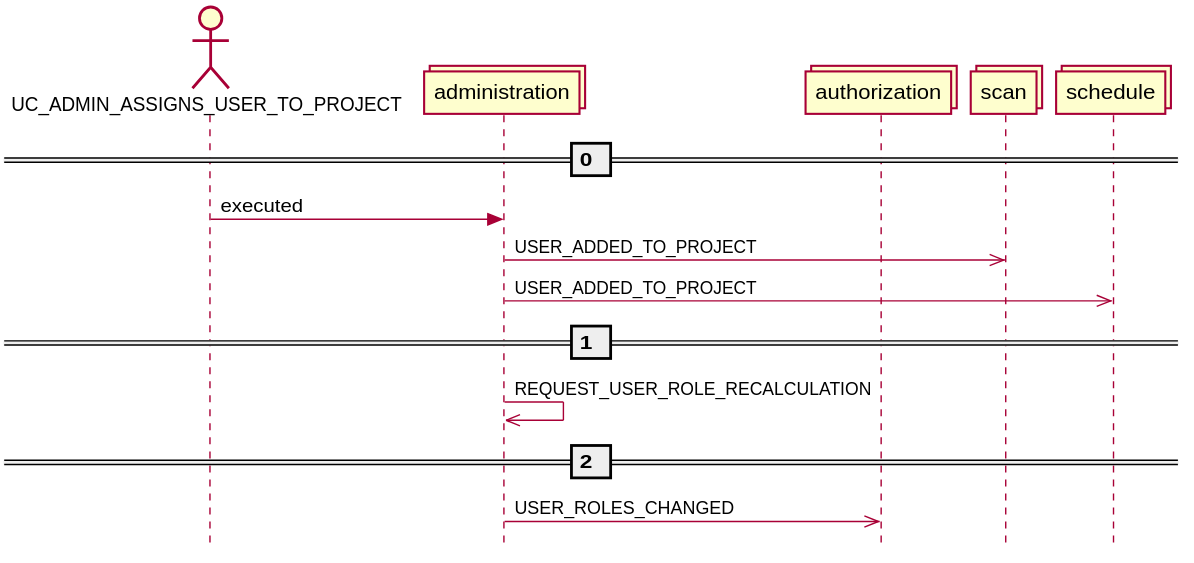
Earlier version of the PlantUML export docs/latest/images/event_overview_uc_admin_assigns_user_to_project.svg (mercedes-benz/sechub).
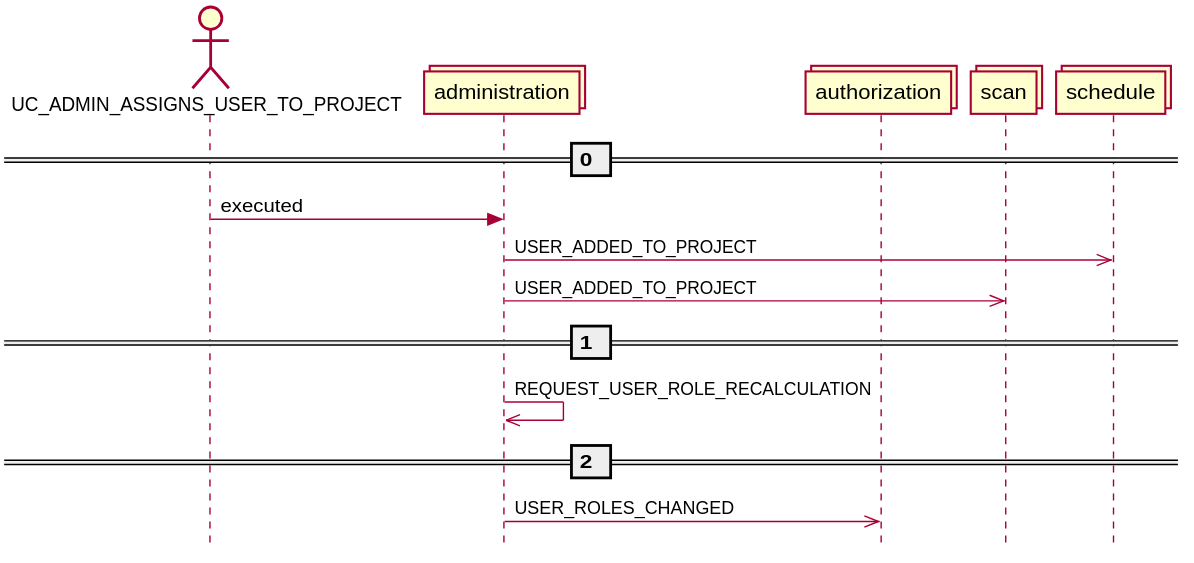
After the commit.

What changed in the source:
```diff
@@ -7,8 +7,8 @@
 collections schedule
 == 0 ==
 UC_ADMIN_ASSIGNS_USER_TO_PROJECT -> administration: executed
+administration ->> schedule : USER_ADDED_TO_PROJECT
 administration ->> scan : USER_ADDED_TO_PROJECT
-administration ->> schedule : USER_ADDED_TO_PROJECT
 == 1 ==
 administration ->> administration : REQUEST_USER_ROLE_RECALCULATION
 == 2 ==
```
